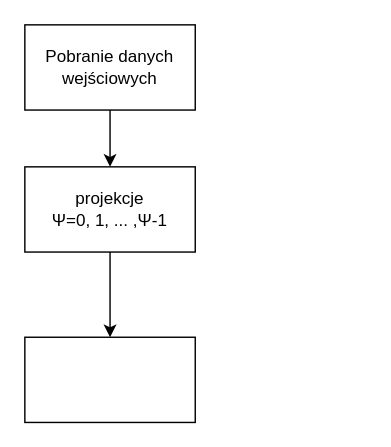
effype/shepp-logan-phantom keeps this draw.io diagram as img/Untitled Diagram.drawio. Above is the earlier version. Source tidied: cells renumbered, new cells numbered last; positions are measured from the earlier drawing's top-left corner, leaving out a move shared by most shapes. Both pictures are drawn from the tidied source at 142%, with x=0, y=0 at pixel (24, 24).
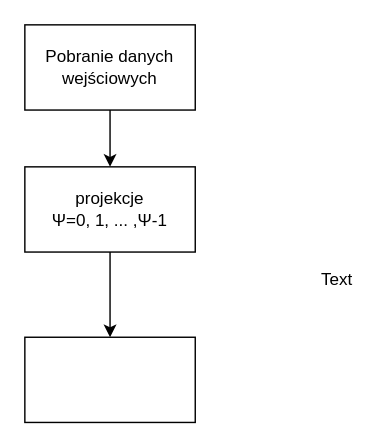
The same diagram, later.

Diff of the diagram source:
```diff
@@
 <mxGraphModel background="#FFFFFF">
   <root>
     <mxCell id="0" />
     <mxCell id="1" parent="0" />
     <mxCell id="2" style="edgeStyle=orthogonalEdgeStyle;rounded=0;jettySize=auto;html=1;" parent="1" edge="1" source="3" target="5">
       <mxGeometry relative="1" as="geometry" />
     </mxCell>
     <mxCell id="3" value="Pobranie danych wejściowych" style="rounded=1;whiteSpace=wrap;html=1;fontSize=12;glass=0;strokeWidth=1;shadow=0;arcSize=0;" parent="1" vertex="1">
       <mxGeometry width="120" height="60" as="geometry" />
     </mxCell>
     <mxCell id="4" style="edgeStyle=orthogonalEdgeStyle;rounded=0;jettySize=auto;html=1;" parent="1" edge="1" source="5" target="6">
       <mxGeometry relative="1" as="geometry" />
     </mxCell>
     <mxCell id="5" value="&lt;div&gt;projekcje &lt;br&gt;&lt;/div&gt;&lt;div&gt;&lt;span lang=&quot;grc&quot;&gt;Ψ=0, 1, ... ,&lt;/span&gt;&lt;span lang=&quot;grc&quot;&gt;Ψ-1&lt;/span&gt;&lt;/div&gt;" style="rounded=1;whiteSpace=wrap;html=1;arcSize=0;" parent="1" vertex="1">
       <mxGeometry y="100" width="120" height="60" as="geometry" />
     </mxCell>
     <mxCell id="6" style="rounded=0;whiteSpace=wrap;html=1;" parent="1" vertex="1">
       <mxGeometry y="220" width="120" height="60" as="geometry" />
     </mxCell>
+    <mxCell id="7" value="Text" style="text;html=1;strokeColor=none;fillColor=none;align=center;verticalAlign=middle;whiteSpace=wrap;rounded=0;" parent="1" vertex="1">
+      <mxGeometry x="200" y="170" width="40" height="20" as="geometry" />
+    </mxCell>
   </root>
 </mxGraphModel>
```
